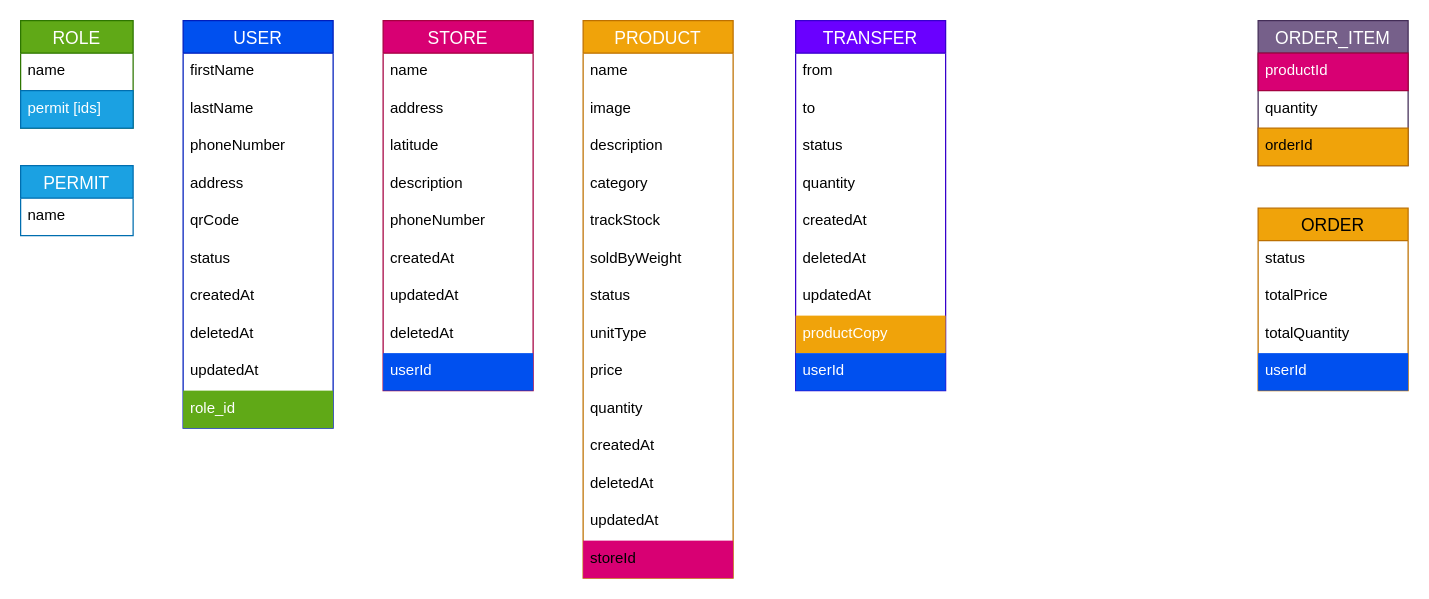
This is docs/db.dio from muhiddinjv/oserver, a draw.io file, before an edit. Source tidied: cells renumbered, new cells numbered last; positions are measured from the earlier drawing's top-left corner, leaving out a move shared by most shapes. Both pictures are drawn from the tidied source at 125%, with x=0, y=0 at pixel (20, 20).
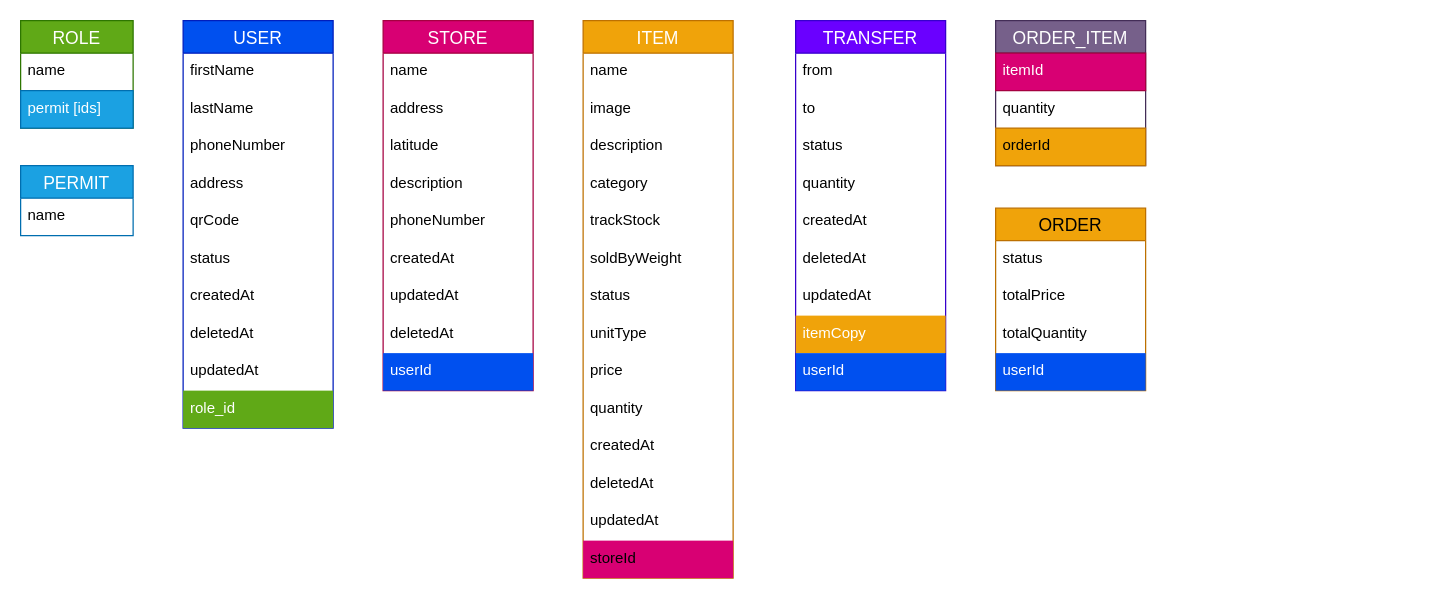
After the change.

The change refers to these unchanged cells:
```xml
<mxCell id="52" value="TRANSFER" style="swimlane;fontStyle=0;horizontal=1;startSize=26;align=center;fontSize=14;fillColor=#6a00ff;fontColor=#ffffff;strokeColor=#3700CC;" parent="1" vertex="1">
  <mxGeometry x="620" width="120" height="296" as="geometry" />
</mxCell>
```

The edit, as a diff of the source:
```diff
@@
-    <mxCell id="7" value="PRODUCT" style="swimlane;fontStyle=0;horizontal=1;startSize=26;align=center;fontSize=14;fillColor=#f0a30a;fontColor=#FFFFFF;strokeColor=#BD7000;" parent="1" vertex="1">
+    <mxCell id="7" value="ITEM" style="swimlane;fontStyle=0;horizontal=1;startSize=26;align=center;fontSize=14;fillColor=#f0a30a;fontColor=#FFFFFF;strokeColor=#BD7000;" parent="1" vertex="1">
       <mxGeometry x="450" width="120" height="446" as="geometry" />
     </mxCell>
@@
     <mxCell id="33" value="ORDER" style="swimlane;fontStyle=0;horizontal=1;startSize=26;align=center;fontSize=14;fillColor=#f0a30a;strokeColor=#BD7000;fontColor=#000000;" parent="1" vertex="1">
-      <mxGeometry x="990" y="150" width="120" height="146" as="geometry" />
+      <mxGeometry x="780" y="150" width="120" height="146" as="geometry" />
     </mxCell>
@@
     <mxCell id="38" value="ORDER_ITEM" style="swimlane;fontStyle=0;horizontal=1;startSize=26;align=center;fontSize=14;fillColor=#76608a;strokeColor=#432D57;fontColor=#ffffff;" parent="1" vertex="1">
-      <mxGeometry x="990" width="120" height="116" as="geometry" />
+      <mxGeometry x="780" width="120" height="116" as="geometry" />
     </mxCell>
-    <mxCell id="39" value="productId" style="text;strokeColor=#A50040;fillColor=#d80073;spacingLeft=4;spacingRight=4;overflow=hidden;fontSize=12;fontColor=#ffffff;" parent="38" vertex="1">
+    <mxCell id="39" value="itemId" style="text;strokeColor=#A50040;fillColor=#d80073;spacingLeft=4;spacingRight=4;overflow=hidden;fontSize=12;fontColor=#ffffff;" parent="38" vertex="1">
       <mxGeometry y="26" width="120" height="30" as="geometry" />
     </mxCell>
@@
-    <mxCell id="60" value="productCopy" style="text;strokeColor=none;fillColor=#f0a30a;spacingLeft=4;spacingRight=4;overflow=hidden;fontSize=12;fontColor=#FFFFFF;" parent="52" vertex="1">
+    <mxCell id="60" value="itemCopy" style="text;strokeColor=none;fillColor=#f0a30a;spacingLeft=4;spacingRight=4;overflow=hidden;fontSize=12;fontColor=#FFFFFF;" parent="52" vertex="1">
       <mxGeometry y="236" width="120" height="30" as="geometry" />
     </mxCell>
```
